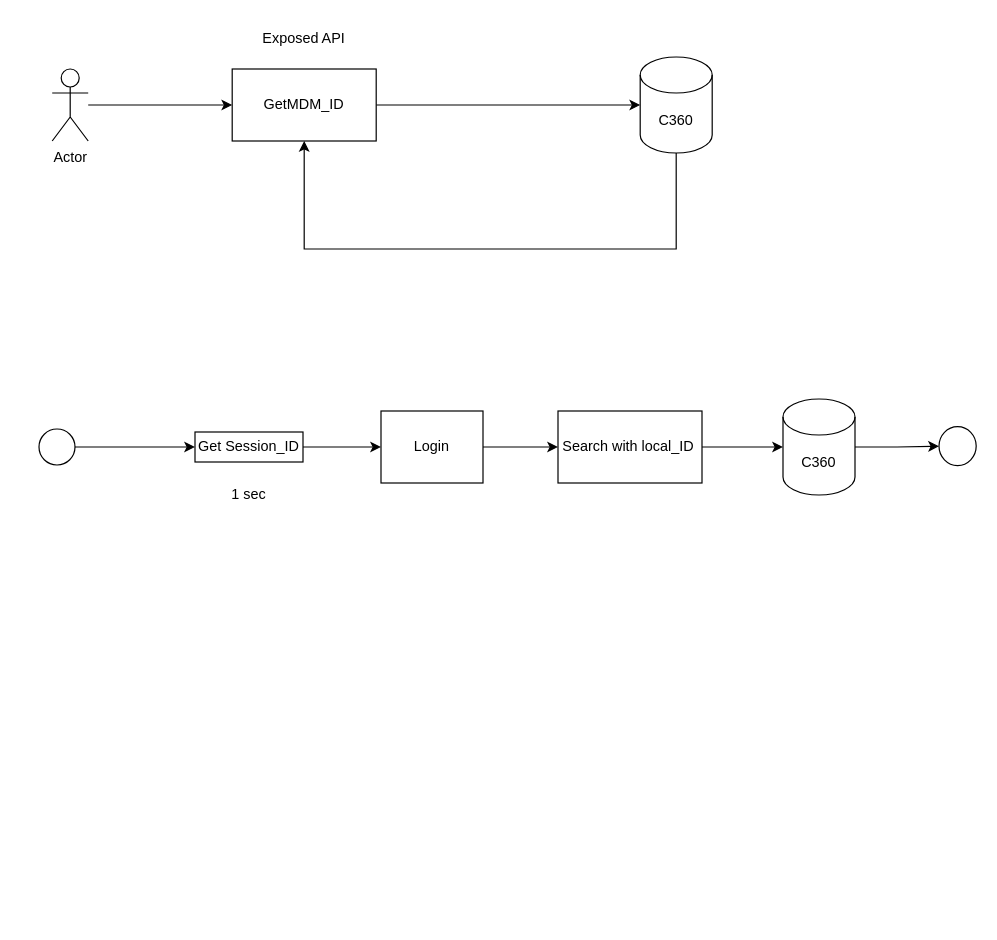
This is page "Global_Variable" (5 of 5) of Deloitte.drawio from biswarup81/drawings, a draw.io file, before an edit. Source tidied: cells renumbered, new cells numbered last; positions are measured from the earlier drawing's top-left corner, leaving out a move shared by most shapes. Both pictures are drawn from the tidied source at 120%, with x=0, y=0 at pixel (38, 20).
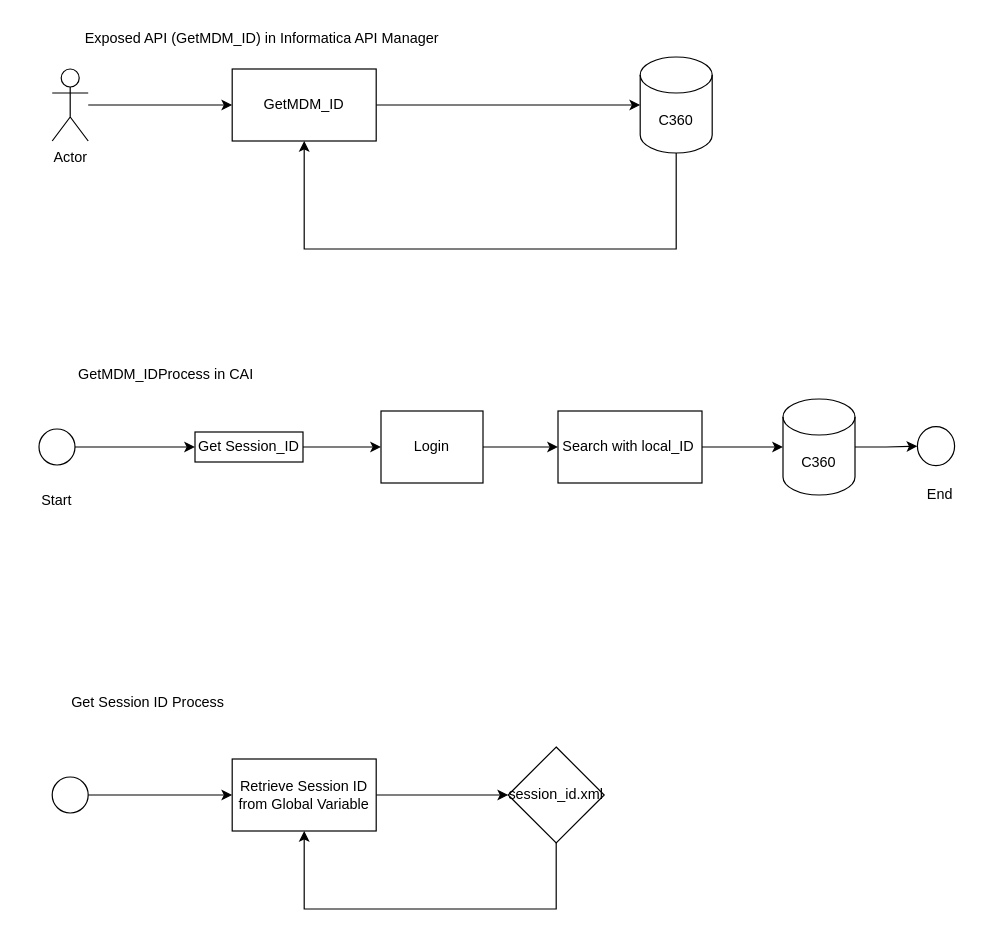
Above is the later version.

What changed in the source:
```diff
@@
-    <mxCell id="8" value="Exposed API" style="text;html=1;align=center;verticalAlign=middle;whiteSpace=wrap;rounded=0;" parent="1" vertex="1">
-      <mxGeometry x="176" width="90" height="30" as="geometry" />
+    <mxCell id="8" value="Exposed API (GetMDM_ID) in Informatica API Manager" style="text;html=1;align=center;verticalAlign=middle;whiteSpace=wrap;rounded=0;" parent="1" vertex="1">
+      <mxGeometry x="31" width="310" height="30" as="geometry" />
     </mxCell>
@@
     <mxCell id="19" style="ellipse;whiteSpace=wrap;html=1;" parent="1" vertex="1">
-      <mxGeometry x="750" y="338" width="31" height="32.5" as="geometry" />
+      <mxGeometry x="732" y="338" width="31" height="32.5" as="geometry" />
     </mxCell>
-    <mxCell id="20" value="1 sec" style="text;html=1;align=center;verticalAlign=middle;whiteSpace=wrap;rounded=0;" parent="1" vertex="1">
-      <mxGeometry x="145" y="380" width="60" height="30" as="geometry" />
-    </mxCell>
+    <mxCell id="21" value="GetMDM_IDProcess in CAI" style="text;html=1;align=center;verticalAlign=middle;whiteSpace=wrap;rounded=0;" parent="1" vertex="1">
+      <mxGeometry x="11" y="280" width="190" height="30" as="geometry" />
+    </mxCell>
+    <mxCell id="22" value="Start" style="text;html=1;align=center;verticalAlign=middle;whiteSpace=wrap;rounded=0;" parent="1" vertex="1">
+      <mxGeometry x="-15" y="385" width="60" height="30" as="geometry" />
+    </mxCell>
+    <mxCell id="23" value="End" style="text;html=1;align=center;verticalAlign=middle;whiteSpace=wrap;rounded=0;" parent="1" vertex="1">
+      <mxGeometry x="721" y="380" width="60" height="30" as="geometry" />
+    </mxCell>
+    <mxCell id="24" value="Get Session ID Process" style="text;html=1;align=center;verticalAlign=middle;whiteSpace=wrap;rounded=0;" parent="1" vertex="1">
+      <mxGeometry x="11" y="553" width="160" height="30" as="geometry" />
+    </mxCell>
+    <mxCell id="25" style="edgeStyle=orthogonalEdgeStyle;rounded=0;jettySize=auto;html=1;" parent="1" edge="1" source="26" target="28">
+      <mxGeometry relative="1" as="geometry" />
+    </mxCell>
+    <mxCell id="26" style="ellipse;whiteSpace=wrap;html=1;" parent="1" vertex="1">
+      <mxGeometry x="11" y="630" width="30" height="30" as="geometry" />
+    </mxCell>
+    <mxCell id="27" style="edgeStyle=orthogonalEdgeStyle;rounded=0;jettySize=auto;html=1;" parent="1" edge="1" source="28" target="30">
+      <mxGeometry relative="1" as="geometry" />
+    </mxCell>
+    <mxCell id="28" value="Retrieve Session ID from Global Variable" style="whiteSpace=wrap;html=1;" parent="1" vertex="1">
+      <mxGeometry x="161" y="615" width="120" height="60" as="geometry" />
+    </mxCell>
+    <mxCell id="29" style="edgeStyle=orthogonalEdgeStyle;rounded=0;jettySize=auto;html=1;" parent="1" edge="1" source="30" target="28">
+      <mxGeometry relative="1" as="geometry">
+        <Array as="points">
+          <mxPoint x="431" y="740" />
+          <mxPoint x="221" y="740" />
+        </Array>
+      </mxGeometry>
+    </mxCell>
+    <mxCell id="30" value="session_id.xml" style="rhombus;whiteSpace=wrap;html=1;" parent="1" vertex="1">
+      <mxGeometry x="391" y="605" width="80" height="80" as="geometry" />
+    </mxCell>
```
